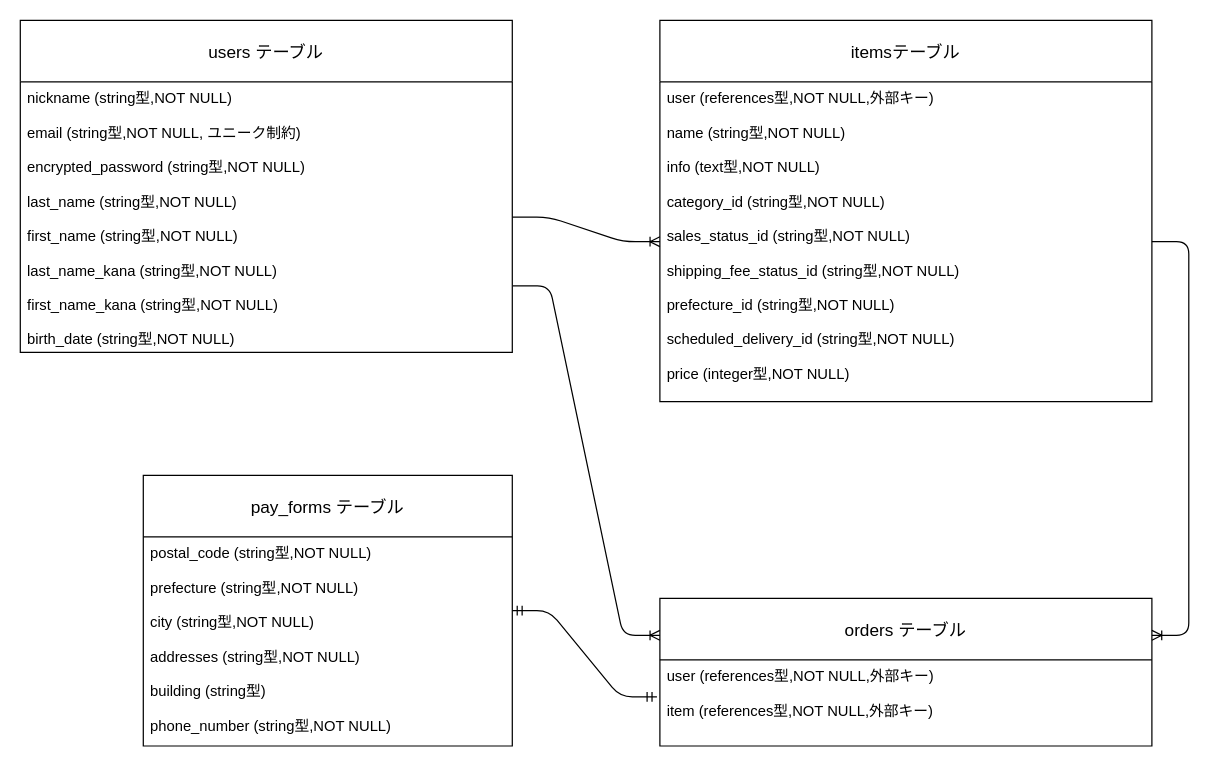
Above: furima.drawio in MatsunagaNaoya/furima-38484 (draw.io), before the change. Source tidied: cells renumbered, new cells numbered last; positions are measured from the earlier drawing's top-left corner, leaving out a move shared by most shapes. Both pictures are drawn from the tidied source at 123%, with x=0, y=0 at pixel (20, 20).
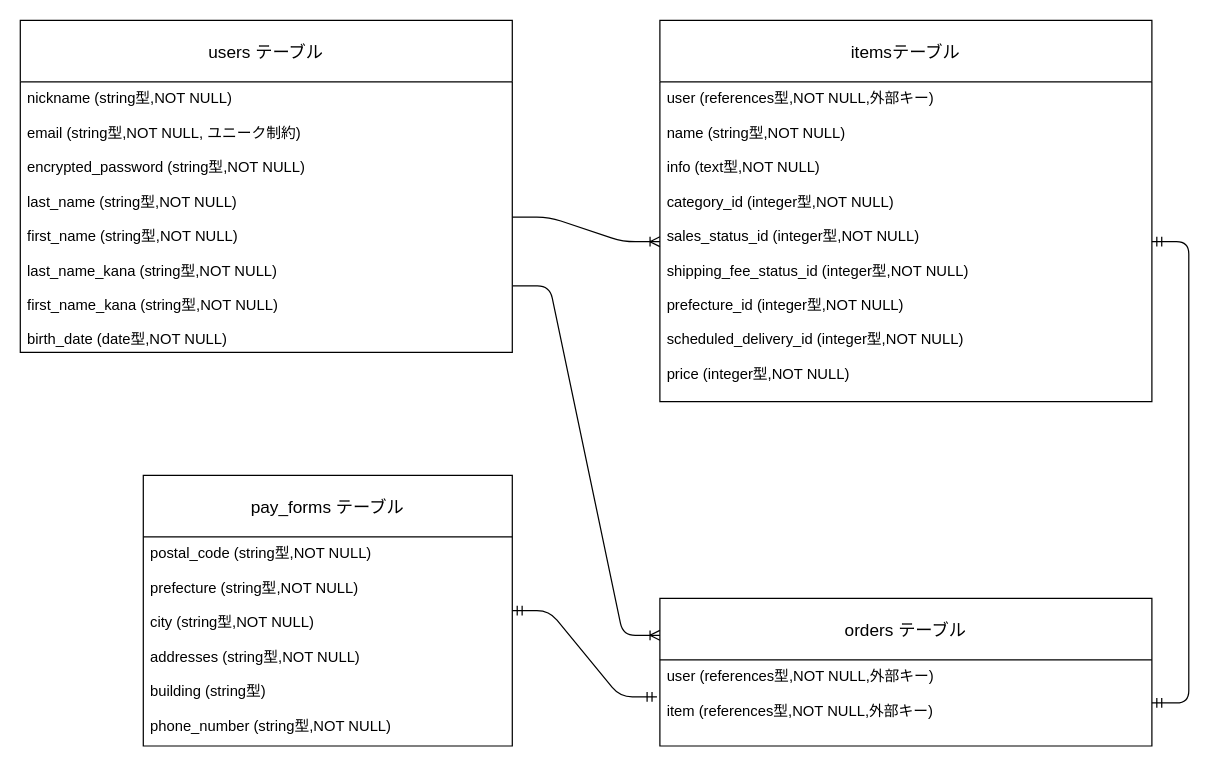
Above is the later version.

The edit, as a diff of the source:
```diff
@@
 <mxGraphModel>
   <root>
     <mxCell id="0" />
     <mxCell id="1" parent="0" />
     <mxCell id="2" value="users テーブル" style="swimlane;fontStyle=0;horizontal=1;startSize=50;align=center;fontSize=14;" parent="1" vertex="1">
       <mxGeometry width="400" height="270" as="geometry" />
     </mxCell>
-    <mxCell id="3" value="nickname (string型,NOT NULL)&#10;&#10;email (string型,NOT NULL, ユニーク制約)&#10;&#10;encrypted_password (string型,NOT NULL)&#10;&#10;last_name (string型,NOT NULL)&#10;&#10;first_name (string型,NOT NULL)&#10;&#10;last_name_kana (string型,NOT NULL)&#10;&#10;first_name_kana (string型,NOT NULL)&#10;&#10;birth_date (string型,NOT NULL)" style="text;strokeColor=none;fillColor=none;spacingLeft=4;spacingRight=4;overflow=hidden;points=[[0,0.5],[1,0.5]];portConstraint=eastwest;fontSize=12;" parent="2" vertex="1">
+    <mxCell id="3" value="nickname (string型,NOT NULL)&#10;&#10;email (string型,NOT NULL, ユニーク制約)&#10;&#10;encrypted_password (string型,NOT NULL)&#10;&#10;last_name (string型,NOT NULL)&#10;&#10;first_name (string型,NOT NULL)&#10;&#10;last_name_kana (string型,NOT NULL)&#10;&#10;first_name_kana (string型,NOT NULL)&#10;&#10;birth_date (date型,NOT NULL)" style="text;strokeColor=none;fillColor=none;spacingLeft=4;spacingRight=4;overflow=hidden;points=[[0,0.5],[1,0.5]];portConstraint=eastwest;fontSize=12;" parent="2" vertex="1">
       <mxGeometry y="50" width="400" height="220" as="geometry" />
     </mxCell>
     <mxCell id="4" value="orders テーブル" style="swimlane;fontStyle=0;horizontal=1;startSize=50;align=center;fontSize=14;" parent="1" vertex="1">
       <mxGeometry x="520" y="470" width="400" height="120" as="geometry" />
     </mxCell>
     <mxCell id="5" value="user (references型,NOT NULL,外部キー)&#10;&#10;item (references型,NOT NULL,外部キー)" style="text;strokeColor=none;fillColor=none;spacingLeft=4;spacingRight=4;overflow=hidden;points=[[0,0.5],[1,0.5]];portConstraint=eastwest;fontSize=12;" parent="4" vertex="1">
       <mxGeometry y="50" width="400" height="70" as="geometry" />
     </mxCell>
     <mxCell id="6" value="itemsテーブル" style="swimlane;fontStyle=0;horizontal=1;startSize=50;align=center;fontSize=14;" parent="1" vertex="1">
       <mxGeometry x="520" width="400" height="310" as="geometry" />
     </mxCell>
-    <mxCell id="7" value="user (references型,NOT NULL,外部キー)&#10;&#10;name (string型,NOT NULL)&#10;&#10;info (text型,NOT NULL)&#10;&#10;category_id (string型,NOT NULL)&#10;&#10;sales_status_id (string型,NOT NULL)&#10;&#10;shipping_fee_status_id (string型,NOT NULL)&#10;&#10;prefecture_id (string型,NOT NULL)&#10;&#10;scheduled_delivery_id (string型,NOT NULL)&#10;&#10;price (integer型,NOT NULL)" style="text;strokeColor=none;fillColor=none;spacingLeft=4;spacingRight=4;overflow=hidden;points=[[0,0.5],[1,0.5]];portConstraint=eastwest;fontSize=12;" parent="6" vertex="1">
+    <mxCell id="7" value="user (references型,NOT NULL,外部キー)&#10;&#10;name (string型,NOT NULL)&#10;&#10;info (text型,NOT NULL)&#10;&#10;category_id (integer型,NOT NULL)&#10;&#10;sales_status_id (integer型,NOT NULL)&#10;&#10;shipping_fee_status_id (integer型,NOT NULL)&#10;&#10;prefecture_id (integer型,NOT NULL)&#10;&#10;scheduled_delivery_id (integer型,NOT NULL)&#10;&#10;price (integer型,NOT NULL)" style="text;strokeColor=none;fillColor=none;spacingLeft=4;spacingRight=4;overflow=hidden;points=[[0,0.5],[1,0.5]];portConstraint=eastwest;fontSize=12;" parent="6" vertex="1">
       <mxGeometry y="50" width="400" height="260" as="geometry" />
     </mxCell>
     <mxCell id="8" style="edgeStyle=entityRelationEdgeStyle;fontSize=12;html=1;endArrow=ERoneToMany;entryX=0;entryY=0.5;entryDx=0;entryDy=0;" parent="1" edge="1" source="3" target="7">
       <mxGeometry relative="1" as="geometry" />
     </mxCell>
-    <mxCell id="9" style="edgeStyle=entityRelationEdgeStyle;fontSize=12;html=1;endArrow=ERoneToMany;entryX=1;entryY=0.25;entryDx=0;entryDy=0;" parent="1" edge="1" source="7" target="4">
-      <mxGeometry relative="1" as="geometry" />
-    </mxCell>
     <mxCell id="10" style="edgeStyle=entityRelationEdgeStyle;fontSize=12;html=1;endArrow=ERoneToMany;entryX=0;entryY=0.25;entryDx=0;entryDy=0;exitX=1.001;exitY=0.754;exitDx=0;exitDy=0;exitPerimeter=0;" parent="1" edge="1" source="3" target="4">
       <mxGeometry relative="1" as="geometry" />
     </mxCell>
     <mxCell id="11" value="pay_forms テーブル" style="swimlane;fontStyle=0;horizontal=1;startSize=50;align=center;fontSize=14;" parent="1" vertex="1">
       <mxGeometry x="100" y="370" width="300" height="220" as="geometry" />
     </mxCell>
     <mxCell id="12" value="postal_code (string型,NOT NULL)&#10;&#10;prefecture (string型,NOT NULL)&#10;&#10;city (string型,NOT NULL)&#10;&#10;addresses (string型,NOT NULL)&#10;&#10;building (string型)&#10;&#10;phone_number (string型,NOT NULL)&#10;" style="text;strokeColor=none;fillColor=none;spacingLeft=4;spacingRight=4;overflow=hidden;fontSize=12;" parent="11" vertex="1">
       <mxGeometry y="50" width="300" height="170" as="geometry" />
     </mxCell>
     <mxCell id="13" style="edgeStyle=entityRelationEdgeStyle;fontSize=12;html=1;endArrow=ERmandOne;startArrow=ERmandOne;entryX=-0.006;entryY=0.429;entryDx=0;entryDy=0;entryPerimeter=0;" parent="1" edge="1" source="11" target="5">
       <mxGeometry relative="1" as="geometry" />
     </mxCell>
+    <mxCell id="14" style="edgeStyle=entityRelationEdgeStyle;fontSize=12;html=1;endArrow=ERmandOne;startArrow=ERmandOne;" parent="1" edge="1" source="5" target="7">
+      <mxGeometry relative="1" as="geometry" />
+    </mxCell>
   </root>
 </mxGraphModel>
```
